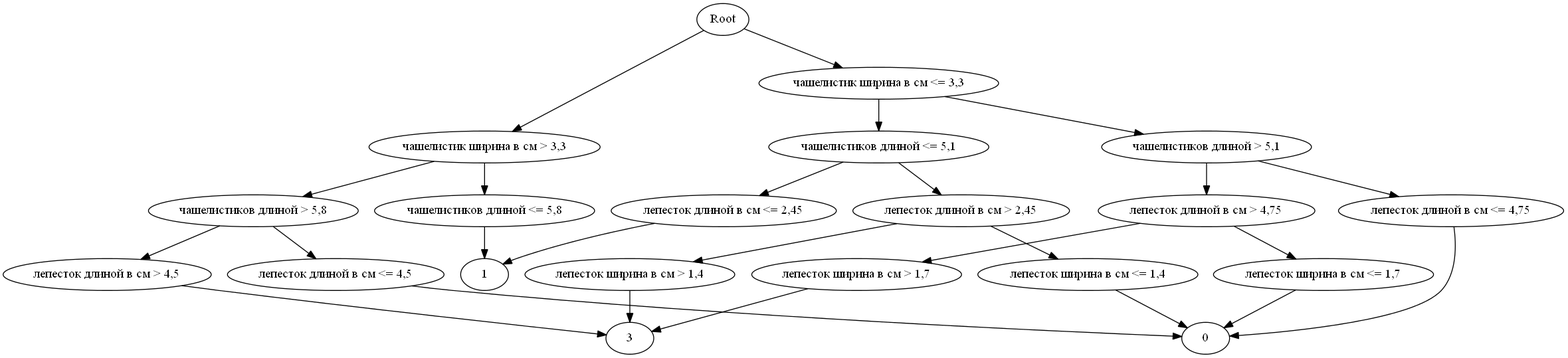
This is DecisionTrees/bin/Release/Resources/recursion.png from geper/Decision_tree, a Graphviz export, as it was before one commit. Its source is kept beside it as DecisionTrees/bin/Release/Resources/recursion.gv.
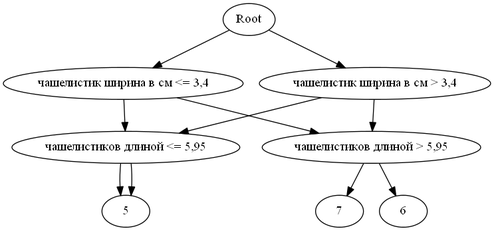
Above is the later version.

The edit, as a diff of the source:
```diff
@@ -1,81 +1,31 @@
 digraph G {
 "Root"
 ->
-"чашелистик ширина в см <= 3,3"
+"чашелистик ширина в см <= 3,4"
 ->
-"чашелистиков длиной <= 5,1"
+"чашелистиков длиной <= 5,95"
 ->
-"лепесток длиной в см <= 2,45"
+"5"
+;
+"чашелистик ширина в см <= 3,4"
 ->
-"1"
-;
-"чашелистиков длиной <= 5,1"
+"чашелистиков длиной > 5,95"
 ->
-"лепесток длиной в см > 2,45"
-->
-"лепесток ширина в см <= 1,4"
-->
-"0"
-;
-"лепесток длиной в см > 2,45"
-->
-"лепесток ширина в см > 1,4"
-->
-"3"
-;
-"чашелистиков длиной <= 5,1"
-;
-"чашелистик ширина в см <= 3,3"
-;
-"чашелистик ширина в см <= 3,3"
-->
-"чашелистиков длиной > 5,1"
-->
-"лепесток длиной в см <= 4,75"
-->
-"0"
-;
-"чашелистиков длиной > 5,1"
-->
-"лепесток длиной в см > 4,75"
-->
-"лепесток ширина в см <= 1,7"
-->
-"0"
-;
-"лепесток длиной в см > 4,75"
-->
-"лепесток ширина в см > 1,7"
-->
-"3"
-;
-"чашелистиков длиной > 5,1"
-;
-"чашелистик ширина в см <= 3,3"
+"6"
 ;
 "Root"
 ->
-"чашелистик ширина в см > 3,3"
+"чашелистик ширина в см > 3,4"
 ->
-"чашелистиков длиной <= 5,8"
+"чашелистиков длиной <= 5,95"
 ->
-"1"
+"5"
 ;
-"чашелистик ширина в см > 3,3"
+"чашелистик ширина в см > 3,4"
 ->
-"чашелистиков длиной > 5,8"
+"чашелистиков длиной > 5,95"
 ->
-"лепесток длиной в см <= 4,5"
-->
-"0"
-;
-"чашелистиков длиной > 5,8"
-->
-"лепесток длиной в см > 4,5"
-->
-"3"
-;
-"чашелистик ширина в см > 3,3"
+"7"
 ;
 "Root"
 ;
```
